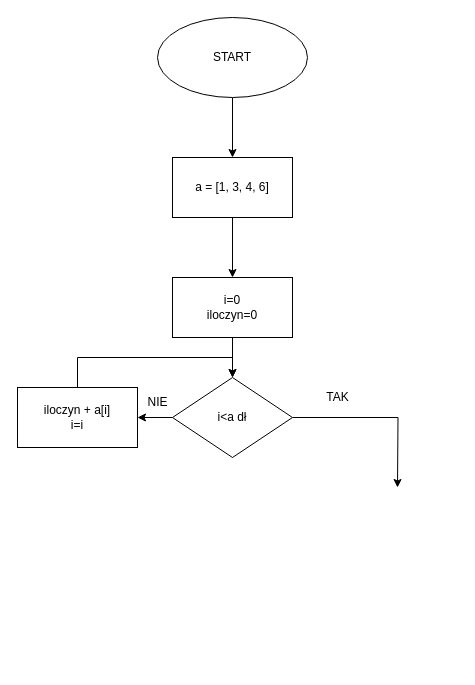
PiotrMoksik/Algorytmy keeps this draw.io diagram as iloczyn_elemntow_tablicy.drawio. Above is the earlier version. Source tidied: cells renumbered, new cells numbered last; positions are measured from the earlier drawing's top-left corner, leaving out a move shared by most shapes. Both pictures are drawn from the tidied source at 100%, with x=0, y=0 at pixel (17, 17).
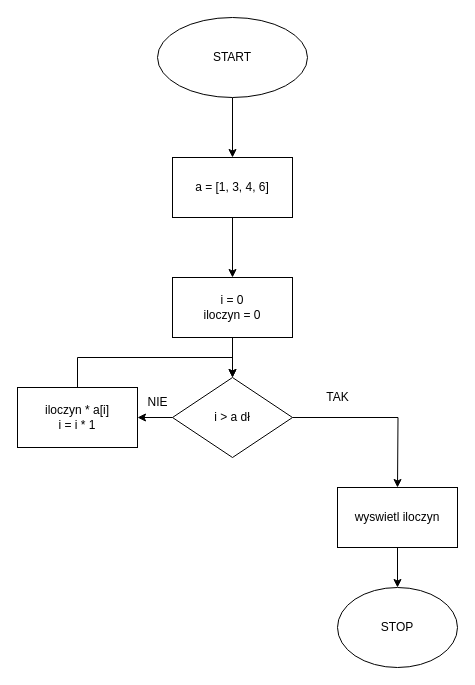
The same diagram, later.

Diff of the diagram source:
```diff
@@
 <mxGraphModel>
   <root>
     <mxCell id="0" />
     <mxCell id="1" parent="0" />
     <mxCell id="2" style="edgeStyle=orthogonalEdgeStyle;rounded=0;jettySize=auto;html=1;exitX=0.5;exitY=1;exitDx=0;exitDy=0;entryX=0.5;entryY=0;entryDx=0;entryDy=0;" parent="1" edge="1" source="3" target="5">
       <mxGeometry relative="1" as="geometry" />
     </mxCell>
     <mxCell id="3" value="START" style="ellipse;whiteSpace=wrap;html=1;" parent="1" vertex="1">
       <mxGeometry x="140" width="150" height="80" as="geometry" />
     </mxCell>
     <mxCell id="4" style="edgeStyle=orthogonalEdgeStyle;rounded=0;jettySize=auto;html=1;exitX=0.5;exitY=1;exitDx=0;exitDy=0;entryX=0.5;entryY=0;entryDx=0;entryDy=0;" parent="1" edge="1" source="5" target="7">
       <mxGeometry relative="1" as="geometry" />
     </mxCell>
     <mxCell id="5" value="a = [1, 3, 4, 6]" style="rounded=0;whiteSpace=wrap;html=1;" parent="1" vertex="1">
       <mxGeometry x="155" y="140" width="120" height="60" as="geometry" />
     </mxCell>
     <mxCell id="6" style="edgeStyle=orthogonalEdgeStyle;rounded=0;jettySize=auto;html=1;exitX=0.5;exitY=1;exitDx=0;exitDy=0;entryX=0.5;entryY=0;entryDx=0;entryDy=0;" parent="1" edge="1" source="7" target="10">
       <mxGeometry relative="1" as="geometry" />
     </mxCell>
-    <mxCell id="7" value="&lt;div&gt;i=0&lt;/div&gt;&lt;div&gt;iloczyn=0&lt;br&gt;&lt;/div&gt;" style="rounded=0;whiteSpace=wrap;html=1;" parent="1" vertex="1">
+    <mxCell id="7" value="&lt;div&gt;i = 0&lt;br&gt;&lt;/div&gt;&lt;div&gt;iloczyn = 0&lt;br&gt;&lt;/div&gt;" style="rounded=0;whiteSpace=wrap;html=1;" parent="1" vertex="1">
       <mxGeometry x="155" y="260" width="120" height="60" as="geometry" />
     </mxCell>
     <mxCell id="8" style="edgeStyle=orthogonalEdgeStyle;rounded=0;jettySize=auto;html=1;exitX=0;exitY=0.5;exitDx=0;exitDy=0;entryX=1;entryY=0.5;entryDx=0;entryDy=0;" parent="1" edge="1" source="10" target="12">
       <mxGeometry relative="1" as="geometry" />
     </mxCell>
     <mxCell id="9" style="edgeStyle=orthogonalEdgeStyle;rounded=0;jettySize=auto;html=1;exitX=1;exitY=0.5;exitDx=0;exitDy=0;" parent="1" edge="1" source="10">
       <mxGeometry relative="1" as="geometry">
         <mxPoint x="380" y="470" as="targetPoint" />
       </mxGeometry>
     </mxCell>
-    <mxCell id="10" value="i&amp;lt;a dł" style="rhombus;whiteSpace=wrap;html=1;" parent="1" vertex="1">
+    <mxCell id="10" value="i &amp;gt; a dł" style="rhombus;whiteSpace=wrap;html=1;" parent="1" vertex="1">
       <mxGeometry x="155" y="360" width="120" height="80" as="geometry" />
     </mxCell>
     <mxCell id="11" style="edgeStyle=orthogonalEdgeStyle;rounded=0;jettySize=auto;html=1;exitX=0.5;exitY=0;exitDx=0;exitDy=0;entryX=0.5;entryY=0;entryDx=0;entryDy=0;" parent="1" edge="1" source="12" target="10">
       <mxGeometry relative="1" as="geometry" />
     </mxCell>
-    <mxCell id="12" value="&lt;div&gt;iloczyn + a[i]&lt;/div&gt;&lt;div&gt;i=i&lt;br&gt;&lt;/div&gt;" style="rounded=0;whiteSpace=wrap;html=1;" parent="1" vertex="1">
+    <mxCell id="12" value="&lt;div&gt;iloczyn * a[i]&lt;/div&gt;&lt;div&gt;i = i * 1&lt;br&gt;&lt;/div&gt;" style="rounded=0;whiteSpace=wrap;html=1;" parent="1" vertex="1">
       <mxGeometry y="370" width="120" height="60" as="geometry" />
     </mxCell>
     <mxCell id="13" value="NIE" style="text;html=1;align=center;verticalAlign=middle;strokeColor=none;fillColor=none;" parent="1" vertex="1">
       <mxGeometry x="120" y="370" width="40" height="30" as="geometry" />
     </mxCell>
     <mxCell id="14" value="TAK" style="text;html=1;align=center;verticalAlign=middle;strokeColor=none;fillColor=none;" parent="1" vertex="1">
       <mxGeometry x="300" y="365" width="40" height="30" as="geometry" />
     </mxCell>
+    <mxCell id="15" style="edgeStyle=orthogonalEdgeStyle;rounded=0;jettySize=auto;html=1;exitX=0.5;exitY=1;exitDx=0;exitDy=0;entryX=0.5;entryY=0;entryDx=0;entryDy=0;" parent="1" edge="1" source="16" target="17">
+      <mxGeometry relative="1" as="geometry" />
+    </mxCell>
+    <mxCell id="16" value="wyswietl iloczyn" style="rounded=0;whiteSpace=wrap;html=1;" parent="1" vertex="1">
+      <mxGeometry x="320" y="470" width="120" height="60" as="geometry" />
+    </mxCell>
+    <mxCell id="17" value="STOP" style="ellipse;whiteSpace=wrap;html=1;" parent="1" vertex="1">
+      <mxGeometry x="320" y="570" width="120" height="80" as="geometry" />
+    </mxCell>
   </root>
 </mxGraphModel>
```
